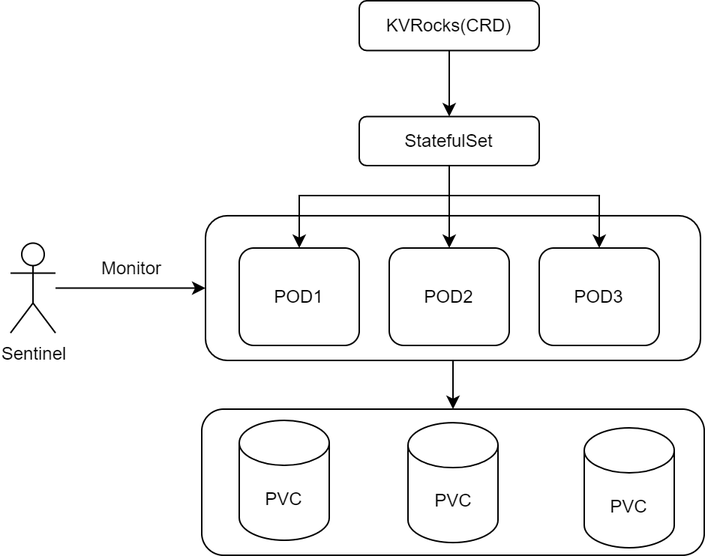
The draw.io diagram docs/images/standard.png in RocksLabs/kvrocks-operator, before a commit. Source tidied: cells renumbered, new cells last; positions are measured from the earlier drawing's top-left corner, leaving out a move shared by most shapes.
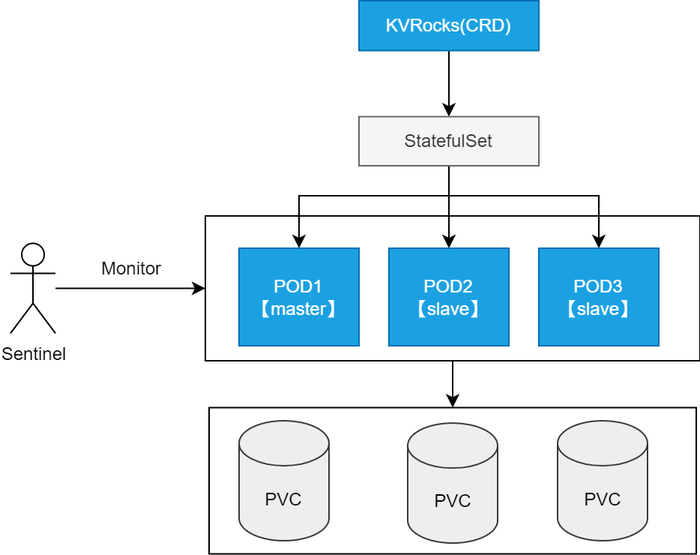
The same diagram one commit later.

Change to the diagram source:
```diff
@@ -2,19 +2,19 @@
   <root>
     <mxCell id="0" />
     <mxCell id="1" parent="0" />
-    <mxCell id="2" style="rounded=1;whiteSpace=wrap;html=1;" parent="1" vertex="1">
-      <mxGeometry x="127" y="272.5" width="335" height="97.5" as="geometry" />
+    <mxCell id="2" style="rounded=0;whiteSpace=wrap;html=1;" parent="1" vertex="1">
+      <mxGeometry x="132" y="271.2" width="325" height="97.5" as="geometry" />
     </mxCell>
     <mxCell id="3" style="edgeStyle=orthogonalEdgeStyle;rounded=0;jettySize=auto;html=1;entryX=0.5;entryY=0;entryDx=0;entryDy=0;" parent="1" edge="1" source="4" target="2">
       <mxGeometry relative="1" as="geometry" />
     </mxCell>
-    <mxCell id="4" style="rounded=1;whiteSpace=wrap;html=1;" parent="1" vertex="1">
+    <mxCell id="4" style="rounded=0;whiteSpace=wrap;html=1;" parent="1" vertex="1">
       <mxGeometry x="129.5" y="143.4" width="330" height="96.5" as="geometry" />
     </mxCell>
     <mxCell id="5" style="edgeStyle=orthogonalEdgeStyle;rounded=0;jettySize=auto;html=1;" parent="1" edge="1" source="6" target="10">
       <mxGeometry relative="1" as="geometry" />
     </mxCell>
-    <mxCell id="6" value="KVRocks(CRD)" style="rounded=1;whiteSpace=wrap;html=1;" parent="1" vertex="1">
+    <mxCell id="6" value="KVRocks(CRD)" style="rounded=0;whiteSpace=wrap;html=1;fillColor=#1ba1e2;fontColor=#ffffff;strokeColor=#006EAF;" parent="1" vertex="1">
       <mxGeometry x="232" width="120" height="33.2" as="geometry" />
     </mxCell>
     <mxCell id="7" style="edgeStyle=orthogonalEdgeStyle;rounded=0;jettySize=auto;html=1;" parent="1" edge="1" source="10" target="11">
@@ -36,16 +36,16 @@
         </Array>
       </mxGeometry>
     </mxCell>
-    <mxCell id="10" value="StatefulSet" style="whiteSpace=wrap;html=1;rounded=1;" parent="1" vertex="1">
+    <mxCell id="10" value="StatefulSet" style="whiteSpace=wrap;html=1;rounded=0;fillColor=#f5f5f5;fontColor=#333333;strokeColor=#666666;" parent="1" vertex="1">
       <mxGeometry x="232" y="77.3" width="120" height="32.7" as="geometry" />
     </mxCell>
-    <mxCell id="11" value="POD1" style="whiteSpace=wrap;html=1;rounded=1;" parent="1" vertex="1">
+    <mxCell id="11" value="POD1&lt;br&gt;【master】" style="whiteSpace=wrap;html=1;rounded=0;fillColor=#1ba1e2;fontColor=#ffffff;strokeColor=#006EAF;" parent="1" vertex="1">
       <mxGeometry x="152" y="165" width="80" height="65" as="geometry" />
     </mxCell>
-    <mxCell id="12" value="POD2" style="whiteSpace=wrap;html=1;rounded=1;" parent="1" vertex="1">
+    <mxCell id="12" value="POD2&lt;br&gt;【slave】" style="whiteSpace=wrap;html=1;rounded=0;fillColor=#1ba1e2;fontColor=#ffffff;strokeColor=#006EAF;" parent="1" vertex="1">
       <mxGeometry x="252" y="165" width="80" height="65" as="geometry" />
     </mxCell>
-    <mxCell id="13" value="POD3" style="whiteSpace=wrap;html=1;rounded=1;" parent="1" vertex="1">
+    <mxCell id="13" value="POD3&lt;br&gt;【slave】" style="whiteSpace=wrap;html=1;rounded=0;fillColor=#1ba1e2;fontColor=#ffffff;strokeColor=#006EAF;" parent="1" vertex="1">
       <mxGeometry x="352" y="165" width="80" height="65" as="geometry" />
     </mxCell>
     <mxCell id="14" style="edgeStyle=orthogonalEdgeStyle;rounded=0;jettySize=auto;html=1;" parent="1" edge="1" source="15">
@@ -59,14 +59,14 @@
     <mxCell id="16" value="Monitor" style="text;html=1;align=center;verticalAlign=middle;strokeColor=none;fillColor=none;" parent="1" vertex="1">
       <mxGeometry x="49.5" y="169.2" width="60" height="20" as="geometry" />
     </mxCell>
-    <mxCell id="17" value="PVC" style="shape=cylinder3;whiteSpace=wrap;html=1;boundedLbl=1;backgroundOutline=1;size=15;" parent="1" vertex="1">
+    <mxCell id="17" value="PVC" style="shape=cylinder3;whiteSpace=wrap;html=1;boundedLbl=1;backgroundOutline=1;size=15;fillColor=#eeeeee;strokeColor=#36393d;" parent="1" vertex="1">
       <mxGeometry x="152" y="280" width="60" height="80" as="geometry" />
     </mxCell>
-    <mxCell id="18" value="PVC" style="shape=cylinder3;whiteSpace=wrap;html=1;boundedLbl=1;backgroundOutline=1;size=15;" parent="1" vertex="1">
+    <mxCell id="18" value="PVC" style="shape=cylinder3;whiteSpace=wrap;html=1;boundedLbl=1;backgroundOutline=1;size=15;fillColor=#eeeeee;strokeColor=#36393d;" parent="1" vertex="1">
       <mxGeometry x="264.5" y="281.6" width="60" height="80" as="geometry" />
     </mxCell>
-    <mxCell id="19" value="PVC" style="shape=cylinder3;whiteSpace=wrap;html=1;boundedLbl=1;backgroundOutline=1;size=15;" parent="1" vertex="1">
-      <mxGeometry x="382" y="285" width="60" height="80" as="geometry" />
+    <mxCell id="19" value="PVC" style="shape=cylinder3;whiteSpace=wrap;html=1;boundedLbl=1;backgroundOutline=1;size=15;fillColor=#eeeeee;strokeColor=#36393d;" parent="1" vertex="1">
+      <mxGeometry x="364.5" y="280" width="60" height="80" as="geometry" />
     </mxCell>
   </root>
 </mxGraphModel>
```
